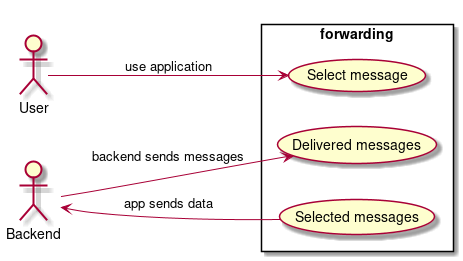
Earlier version of the PlantUML export uml.png (mai-re-course/uc-univercity-chat-neozumm).
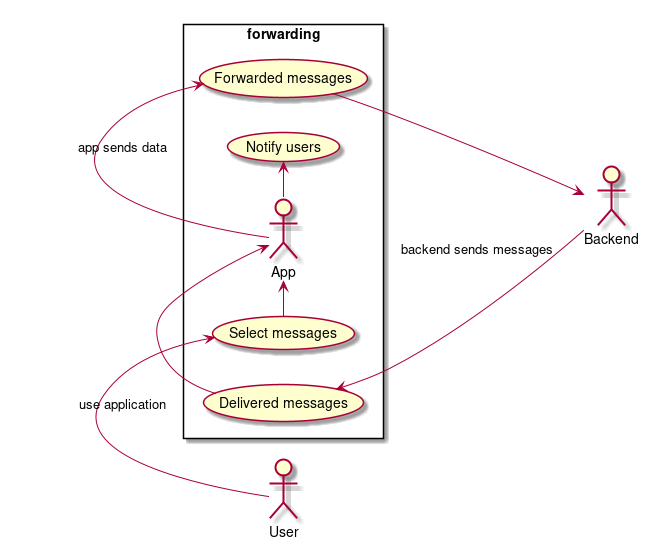
Above is the later version.

Diff of the diagram source:
```diff
@@ -4,8 +4,13 @@
 left to right direction
 skinparam packageStyle rectangle
 rectangle forwarding{
-	User --> (Select message) : use application
-	(Selected messages) --> Backend : app sends data
+	actor App
+	User -> (Select messages) : use application
+	(Select messages) -> App
+	App -> (Forwarded messages) : app sends data
+	(Forwarded messages) --> Backend
 	Backend --> (Delivered messages) : backend sends messages
+	(Delivered messages) -> App
+	App -> (Notify users)
 }
 @enduml
```
